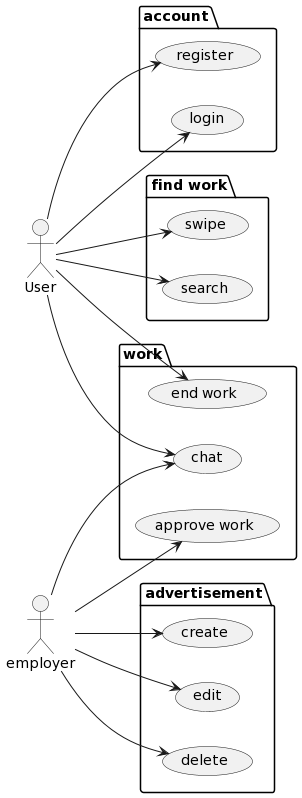
Above: Diagramme/UseCaseDiagram.png in dhbw-ka-tinf22b5-dinder/Dinder-SRS (PlantUML), before the change.
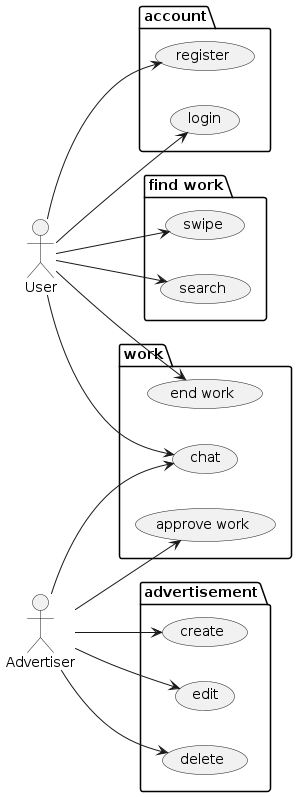
After the commit.

Commit message:
changedEmployer2Advertiser

Diff of the diagram source:
```diff
@@ -31,10 +31,11 @@
 User --> chat
 User --> (end work)
 
-:employer:
-employer --> create
-employer --> edit
-employer --> delete
-employer --> chat
-employer --> (approve work)
+:Advertiser:
+Advertiser --> create
+Advertiser --> edit
+Advertiser --> delete
+Advertiser --> chat
+Advertiser --> (approve work)
+
 @enduml
```
